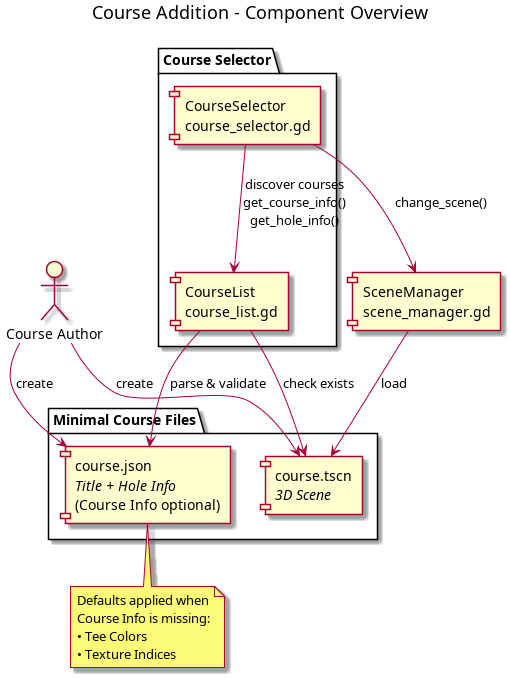
This is assets/images/course_addition_components.png from jhauck2/OpenShotGolf, a PlantUML export, as it was before one commit. Its source is kept beside it as assets/diagrams/course_addition_components.puml. Its diagram source:
```plantuml
@startuml
title Course Addition – Component Overview

skinparam componentStyle rectangle

actor "Course Author" as Author

package "Minimal Course Files" as Files {
    [course.json\n//Title + Hole Info//\n(Course Info optional)] as JSON
    [course.tscn\n//3D Scene//] as TSCN
}

package "Course Selector" as Selector {
    [CourseList\ncourse_list.gd] as CL
    [CourseSelector\ncourse_selector.gd] as CS
}

[SceneManager\nscene_manager.gd] as SM

note bottom of JSON
  Defaults applied when
  Course Info is missing:
  • Tee Colors
  • Texture Indices
end note

Author --> JSON : create
Author --> TSCN : create

CL --> JSON : parse & validate
CL --> TSCN : check exists

CS --> CL : discover courses\nget_course_info()\nget_hole_info()
CS --> SM : change_scene()
SM --> TSCN : load

@enduml
```
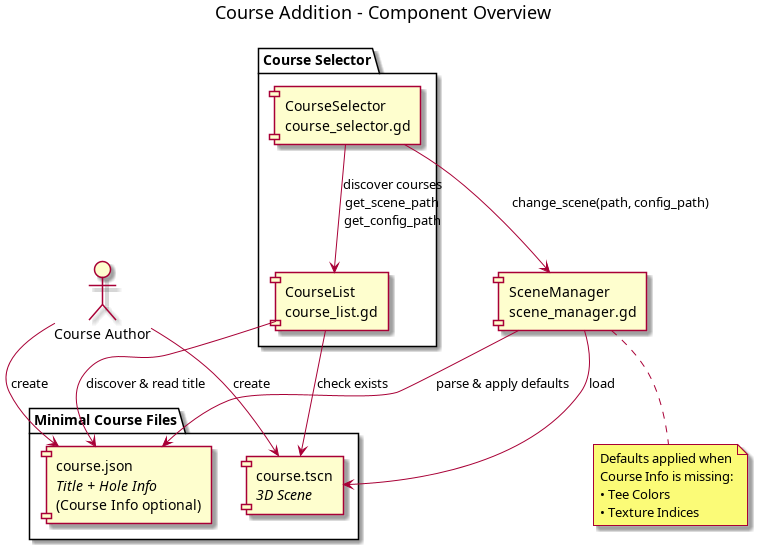
The same diagram one commit later.

Commit message:
feat: course list to be simplified to just list course data. Course logic management data moved to SceneManager.gd

The edit, as a diff of the source:
```diff
@@ -17,7 +17,7 @@
 
 [SceneManager\nscene_manager.gd] as SM
 
-note bottom of JSON
+note bottom of SM
   Defaults applied when
   Course Info is missing:
   • Tee Colors
@@ -27,11 +27,12 @@
 Author --> JSON : create
 Author --> TSCN : create
 
-CL --> JSON : parse & validate
+CL --> JSON : discover & read title
 CL --> TSCN : check exists
 
-CS --> CL : discover courses\nget_course_info()\nget_hole_info()
-CS --> SM : change_scene()
+CS --> CL : discover courses\nget_scene_path\nget_config_path
+CS --> SM : change_scene(path, config_path)
+SM --> JSON : parse & apply defaults
 SM --> TSCN : load
 
 @enduml
```
